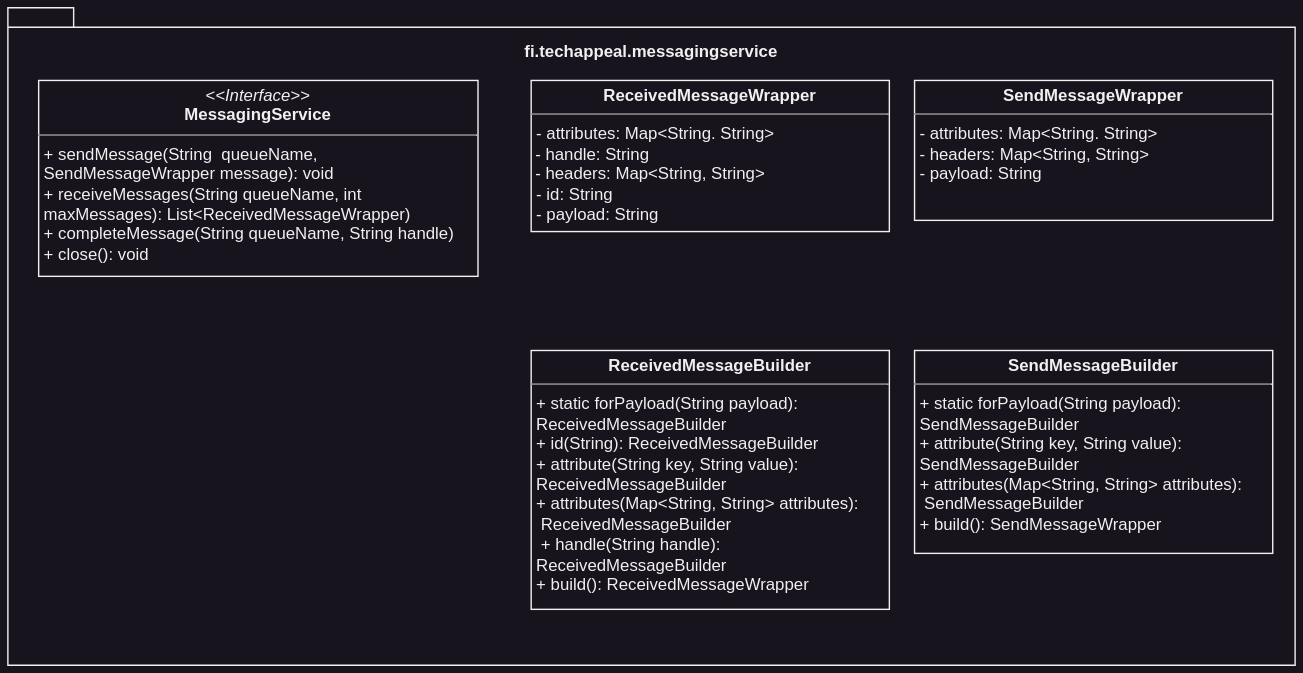
This is assets/api.svg from lampsa/messaging-service, a draw.io export, as it was before one commit. Source tidied: cells renumbered, new cells last; positions are measured from the earlier drawing's top-left corner, leaving out a move shared by most shapes. Source of this version:
```xml
<mxGraphModel>
  <root>
    <mxCell id="0" />
    <mxCell id="1" parent="0" />
    <mxCell id="2" value="fi.techappeal.messagingservice" style="shape=folder;fontStyle=1;spacingTop=0;tabWidth=40;tabHeight=14;tabPosition=left;html=1;whiteSpace=wrap;verticalAlign=bottom;labelPosition=center;verticalLabelPosition=top;align=center;spacingBottom=-41;" parent="1" vertex="1">
      <mxGeometry width="920" height="470" as="geometry" />
    </mxCell>
    <mxCell id="3" value="&lt;p style=&quot;margin:0px;margin-top:4px;text-align:center;&quot;&gt;&lt;i&gt;&amp;lt;&amp;lt;Interface&amp;gt;&amp;gt;&lt;/i&gt;&lt;br&gt;&lt;b&gt;MessagingService&lt;/b&gt;&lt;/p&gt;&lt;hr size=&quot;1&quot;&gt;&lt;p style=&quot;margin:0px;margin-left:4px;&quot;&gt;+ sendMessage(String&amp;nbsp; queueName, SendMessageWrapper message): void&lt;br&gt;+ receiveMessages(String queueName, int maxMessages): List&amp;lt;ReceivedMessageWrapper)&lt;/p&gt;&lt;p style=&quot;margin:0px;margin-left:4px;&quot;&gt;+ completeMessage(String queueName, String handle)&lt;/p&gt;&lt;p style=&quot;margin:0px;margin-left:4px;&quot;&gt;+ close(): void&lt;/p&gt;" style="verticalAlign=top;align=left;overflow=fill;fontSize=12;fontFamily=Helvetica;html=1;whiteSpace=wrap;" parent="1" vertex="1">
      <mxGeometry x="22" y="52" width="314" height="140" as="geometry" />
    </mxCell>
    <mxCell id="4" value="&lt;p style=&quot;margin:0px;margin-top:4px;text-align:center;&quot;&gt;&lt;b&gt;ReceivedMessageWrapper&lt;/b&gt;&lt;/p&gt;&lt;hr size=&quot;1&quot;&gt;&lt;p style=&quot;margin: 0px 0px 0px 4px;&quot;&gt;- attributes: Map&amp;lt;String. String&amp;gt;&lt;/p&gt;&lt;div&gt;&amp;nbsp;- handle: String&lt;br&gt;&lt;/div&gt;&lt;div&gt;&amp;nbsp;- headers: Map&amp;lt;String, String&amp;gt;&lt;/div&gt;&lt;p style=&quot;margin:0px;margin-left:4px;&quot;&gt;- id: String&lt;/p&gt;&lt;p style=&quot;margin:0px;margin-left:4px;&quot;&gt;&lt;span style=&quot;background-color: initial;&quot;&gt;- payload: String&lt;/span&gt;&lt;br&gt;&lt;/p&gt;&lt;p style=&quot;margin:0px;margin-left:4px;&quot;&gt;&lt;br&gt;&lt;/p&gt;" style="verticalAlign=top;align=left;overflow=fill;fontSize=12;fontFamily=Helvetica;html=1;whiteSpace=wrap;" parent="1" vertex="1">
      <mxGeometry x="374" y="52" width="256" height="108" as="geometry" />
    </mxCell>
    <mxCell id="5" value="&lt;p style=&quot;margin:0px;margin-top:4px;text-align:center;&quot;&gt;&lt;b&gt;SendMessageBuilder&lt;/b&gt;&lt;/p&gt;&lt;hr size=&quot;1&quot;&gt;&lt;p style=&quot;margin: 0px 0px 0px 4px;&quot;&gt;+ static forPayload(String payload):&amp;nbsp;&lt;/p&gt;&lt;p style=&quot;margin:0px;margin-left:4px;&quot;&gt;SendMessageBuilder&lt;br&gt;&lt;/p&gt;&lt;p style=&quot;margin: 0px 0px 0px 4px;&quot;&gt;+ attribute(String key, String value):&amp;nbsp;&lt;/p&gt;&lt;p style=&quot;margin:0px;margin-left:4px;&quot;&gt;SendMessageBuilder&lt;/p&gt;&lt;p style=&quot;margin: 0px 0px 0px 4px;&quot;&gt;+ attributes(Map&amp;lt;String, String&amp;gt; attributes):&amp;nbsp;&lt;/p&gt;&lt;p style=&quot;margin:0px;margin-left:4px;&quot;&gt;&amp;nbsp;SendMessageBuilder&lt;br&gt;&lt;/p&gt;&lt;p style=&quot;margin:0px;margin-left:4px;&quot;&gt;+ build(): SendMessageWrapper&lt;/p&gt;" style="verticalAlign=top;align=left;overflow=fill;fontSize=12;fontFamily=Helvetica;html=1;whiteSpace=wrap;" parent="1" vertex="1">
      <mxGeometry x="648" y="245" width="256" height="145" as="geometry" />
    </mxCell>
    <mxCell id="6" value="&lt;p style=&quot;margin:0px;margin-top:4px;text-align:center;&quot;&gt;&lt;b&gt;SendMessageWrapper&lt;/b&gt;&lt;/p&gt;&lt;hr size=&quot;1&quot;&gt;&lt;p style=&quot;margin:0px;margin-left:4px;&quot;&gt;&lt;span style=&quot;background-color: initial;&quot;&gt;- attributes: Map&amp;lt;String. String&amp;gt;&lt;/span&gt;&lt;br&gt;&lt;/p&gt;&lt;p style=&quot;margin:0px;margin-left:4px;&quot;&gt;&lt;span style=&quot;background-color: initial;&quot;&gt;- headers: Map&amp;lt;String, String&amp;gt;&lt;/span&gt;&lt;/p&gt;&lt;p style=&quot;margin:0px;margin-left:4px;&quot;&gt;- payload: String&lt;/p&gt;&lt;p style=&quot;margin:0px;margin-left:4px;&quot;&gt;&lt;br&gt;&lt;/p&gt;" style="verticalAlign=top;align=left;overflow=fill;fontSize=12;fontFamily=Helvetica;html=1;whiteSpace=wrap;" parent="1" vertex="1">
      <mxGeometry x="648" y="52" width="256" height="100" as="geometry" />
    </mxCell>
    <mxCell id="7" value="&lt;p style=&quot;margin:0px;margin-top:4px;text-align:center;&quot;&gt;&lt;b&gt;ReceivedMessageBuilder&lt;/b&gt;&lt;/p&gt;&lt;hr size=&quot;1&quot;&gt;&lt;p style=&quot;margin: 0px 0px 0px 4px;&quot;&gt;+ static forPayload(String payload):&amp;nbsp;&lt;/p&gt;&lt;p style=&quot;margin: 0px 0px 0px 4px;&quot;&gt;ReceivedMessageBuilder&lt;/p&gt;&lt;p style=&quot;margin: 0px 0px 0px 4px;&quot;&gt;+ id(String): ReceivedMessageBuilder&lt;/p&gt;&lt;p style=&quot;margin: 0px 0px 0px 4px;&quot;&gt;+ attribute(String key, String value):&amp;nbsp;&lt;/p&gt;&lt;p style=&quot;margin: 0px 0px 0px 4px;&quot;&gt;ReceivedMessageBuilder&lt;/p&gt;&lt;p style=&quot;margin: 0px 0px 0px 4px;&quot;&gt;+ attributes(Map&amp;lt;String, String&amp;gt; attributes):&amp;nbsp;&lt;/p&gt;&lt;p style=&quot;margin: 0px 0px 0px 4px;&quot;&gt;&amp;nbsp;ReceivedMessageBuilder&lt;br&gt;&amp;nbsp;+ handle(String handle): ReceivedMessageBuilder&lt;br&gt;&lt;/p&gt;&lt;p style=&quot;margin: 0px 0px 0px 4px;&quot;&gt;+ build(): ReceivedMessageWrapper&lt;/p&gt;" style="verticalAlign=top;align=left;overflow=fill;fontSize=12;fontFamily=Helvetica;html=1;whiteSpace=wrap;" parent="1" vertex="1">
      <mxGeometry x="374" y="245" width="256" height="185" as="geometry" />
    </mxCell>
  </root>
</mxGraphModel>
```
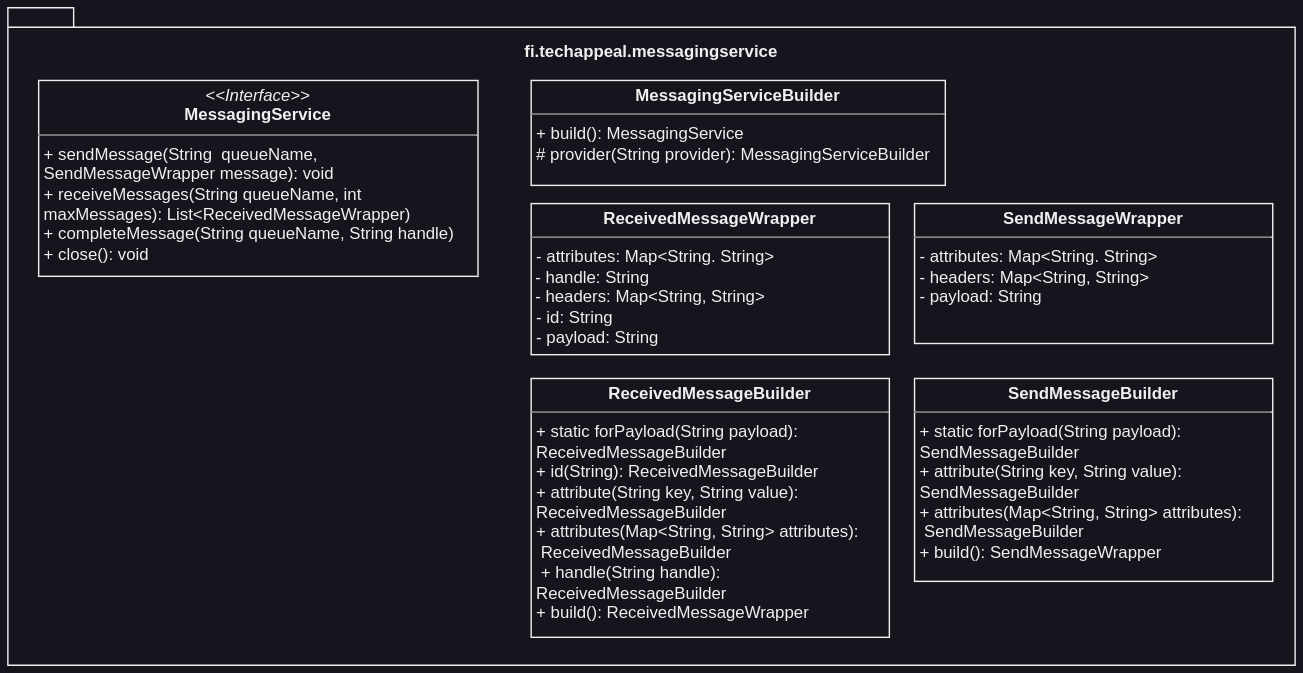
Above is the later version.

What changed in the source:
```diff
@@ -9,16 +9,19 @@
       <mxGeometry x="22" y="52" width="314" height="140" as="geometry" />
     </mxCell>
     <mxCell id="4" value="&lt;p style=&quot;margin:0px;margin-top:4px;text-align:center;&quot;&gt;&lt;b&gt;ReceivedMessageWrapper&lt;/b&gt;&lt;/p&gt;&lt;hr size=&quot;1&quot;&gt;&lt;p style=&quot;margin: 0px 0px 0px 4px;&quot;&gt;- attributes: Map&amp;lt;String. String&amp;gt;&lt;/p&gt;&lt;div&gt;&amp;nbsp;- handle: String&lt;br&gt;&lt;/div&gt;&lt;div&gt;&amp;nbsp;- headers: Map&amp;lt;String, String&amp;gt;&lt;/div&gt;&lt;p style=&quot;margin:0px;margin-left:4px;&quot;&gt;- id: String&lt;/p&gt;&lt;p style=&quot;margin:0px;margin-left:4px;&quot;&gt;&lt;span style=&quot;background-color: initial;&quot;&gt;- payload: String&lt;/span&gt;&lt;br&gt;&lt;/p&gt;&lt;p style=&quot;margin:0px;margin-left:4px;&quot;&gt;&lt;br&gt;&lt;/p&gt;" style="verticalAlign=top;align=left;overflow=fill;fontSize=12;fontFamily=Helvetica;html=1;whiteSpace=wrap;" parent="1" vertex="1">
-      <mxGeometry x="374" y="52" width="256" height="108" as="geometry" />
+      <mxGeometry x="374" y="140" width="256" height="108" as="geometry" />
     </mxCell>
     <mxCell id="5" value="&lt;p style=&quot;margin:0px;margin-top:4px;text-align:center;&quot;&gt;&lt;b&gt;SendMessageBuilder&lt;/b&gt;&lt;/p&gt;&lt;hr size=&quot;1&quot;&gt;&lt;p style=&quot;margin: 0px 0px 0px 4px;&quot;&gt;+ static forPayload(String payload):&amp;nbsp;&lt;/p&gt;&lt;p style=&quot;margin:0px;margin-left:4px;&quot;&gt;SendMessageBuilder&lt;br&gt;&lt;/p&gt;&lt;p style=&quot;margin: 0px 0px 0px 4px;&quot;&gt;+ attribute(String key, String value):&amp;nbsp;&lt;/p&gt;&lt;p style=&quot;margin:0px;margin-left:4px;&quot;&gt;SendMessageBuilder&lt;/p&gt;&lt;p style=&quot;margin: 0px 0px 0px 4px;&quot;&gt;+ attributes(Map&amp;lt;String, String&amp;gt; attributes):&amp;nbsp;&lt;/p&gt;&lt;p style=&quot;margin:0px;margin-left:4px;&quot;&gt;&amp;nbsp;SendMessageBuilder&lt;br&gt;&lt;/p&gt;&lt;p style=&quot;margin:0px;margin-left:4px;&quot;&gt;+ build(): SendMessageWrapper&lt;/p&gt;" style="verticalAlign=top;align=left;overflow=fill;fontSize=12;fontFamily=Helvetica;html=1;whiteSpace=wrap;" parent="1" vertex="1">
-      <mxGeometry x="648" y="245" width="256" height="145" as="geometry" />
+      <mxGeometry x="648" y="265" width="256" height="145" as="geometry" />
     </mxCell>
     <mxCell id="6" value="&lt;p style=&quot;margin:0px;margin-top:4px;text-align:center;&quot;&gt;&lt;b&gt;SendMessageWrapper&lt;/b&gt;&lt;/p&gt;&lt;hr size=&quot;1&quot;&gt;&lt;p style=&quot;margin:0px;margin-left:4px;&quot;&gt;&lt;span style=&quot;background-color: initial;&quot;&gt;- attributes: Map&amp;lt;String. String&amp;gt;&lt;/span&gt;&lt;br&gt;&lt;/p&gt;&lt;p style=&quot;margin:0px;margin-left:4px;&quot;&gt;&lt;span style=&quot;background-color: initial;&quot;&gt;- headers: Map&amp;lt;String, String&amp;gt;&lt;/span&gt;&lt;/p&gt;&lt;p style=&quot;margin:0px;margin-left:4px;&quot;&gt;- payload: String&lt;/p&gt;&lt;p style=&quot;margin:0px;margin-left:4px;&quot;&gt;&lt;br&gt;&lt;/p&gt;" style="verticalAlign=top;align=left;overflow=fill;fontSize=12;fontFamily=Helvetica;html=1;whiteSpace=wrap;" parent="1" vertex="1">
-      <mxGeometry x="648" y="52" width="256" height="100" as="geometry" />
+      <mxGeometry x="648" y="140" width="256" height="100" as="geometry" />
     </mxCell>
     <mxCell id="7" value="&lt;p style=&quot;margin:0px;margin-top:4px;text-align:center;&quot;&gt;&lt;b&gt;ReceivedMessageBuilder&lt;/b&gt;&lt;/p&gt;&lt;hr size=&quot;1&quot;&gt;&lt;p style=&quot;margin: 0px 0px 0px 4px;&quot;&gt;+ static forPayload(String payload):&amp;nbsp;&lt;/p&gt;&lt;p style=&quot;margin: 0px 0px 0px 4px;&quot;&gt;ReceivedMessageBuilder&lt;/p&gt;&lt;p style=&quot;margin: 0px 0px 0px 4px;&quot;&gt;+ id(String): ReceivedMessageBuilder&lt;/p&gt;&lt;p style=&quot;margin: 0px 0px 0px 4px;&quot;&gt;+ attribute(String key, String value):&amp;nbsp;&lt;/p&gt;&lt;p style=&quot;margin: 0px 0px 0px 4px;&quot;&gt;ReceivedMessageBuilder&lt;/p&gt;&lt;p style=&quot;margin: 0px 0px 0px 4px;&quot;&gt;+ attributes(Map&amp;lt;String, String&amp;gt; attributes):&amp;nbsp;&lt;/p&gt;&lt;p style=&quot;margin: 0px 0px 0px 4px;&quot;&gt;&amp;nbsp;ReceivedMessageBuilder&lt;br&gt;&amp;nbsp;+ handle(String handle): ReceivedMessageBuilder&lt;br&gt;&lt;/p&gt;&lt;p style=&quot;margin: 0px 0px 0px 4px;&quot;&gt;+ build(): ReceivedMessageWrapper&lt;/p&gt;" style="verticalAlign=top;align=left;overflow=fill;fontSize=12;fontFamily=Helvetica;html=1;whiteSpace=wrap;" parent="1" vertex="1">
-      <mxGeometry x="374" y="245" width="256" height="185" as="geometry" />
+      <mxGeometry x="374" y="265" width="256" height="185" as="geometry" />
     </mxCell>
+    <mxCell id="8" value="&lt;p style=&quot;margin:0px;margin-top:4px;text-align:center;&quot;&gt;&lt;b&gt;MessagingServiceBuilder&lt;/b&gt;&lt;/p&gt;&lt;hr size=&quot;1&quot;&gt;&lt;p style=&quot;margin: 0px 0px 0px 4px;&quot;&gt;+&amp;nbsp;&lt;span style=&quot;background-color: initial;&quot;&gt;build(): MessagingService&lt;/span&gt;&lt;/p&gt;&lt;p style=&quot;margin: 0px 0px 0px 4px;&quot;&gt;&lt;span style=&quot;background-color: initial;&quot;&gt;# provider(String provider): MessagingServiceBuilder&lt;/span&gt;&lt;/p&gt;" style="verticalAlign=top;align=left;overflow=fill;fontSize=12;fontFamily=Helvetica;html=1;whiteSpace=wrap;" parent="1" vertex="1">
+      <mxGeometry x="374" y="52" width="296" height="75" as="geometry" />
+    </mxCell>
   </root>
 </mxGraphModel>
```
